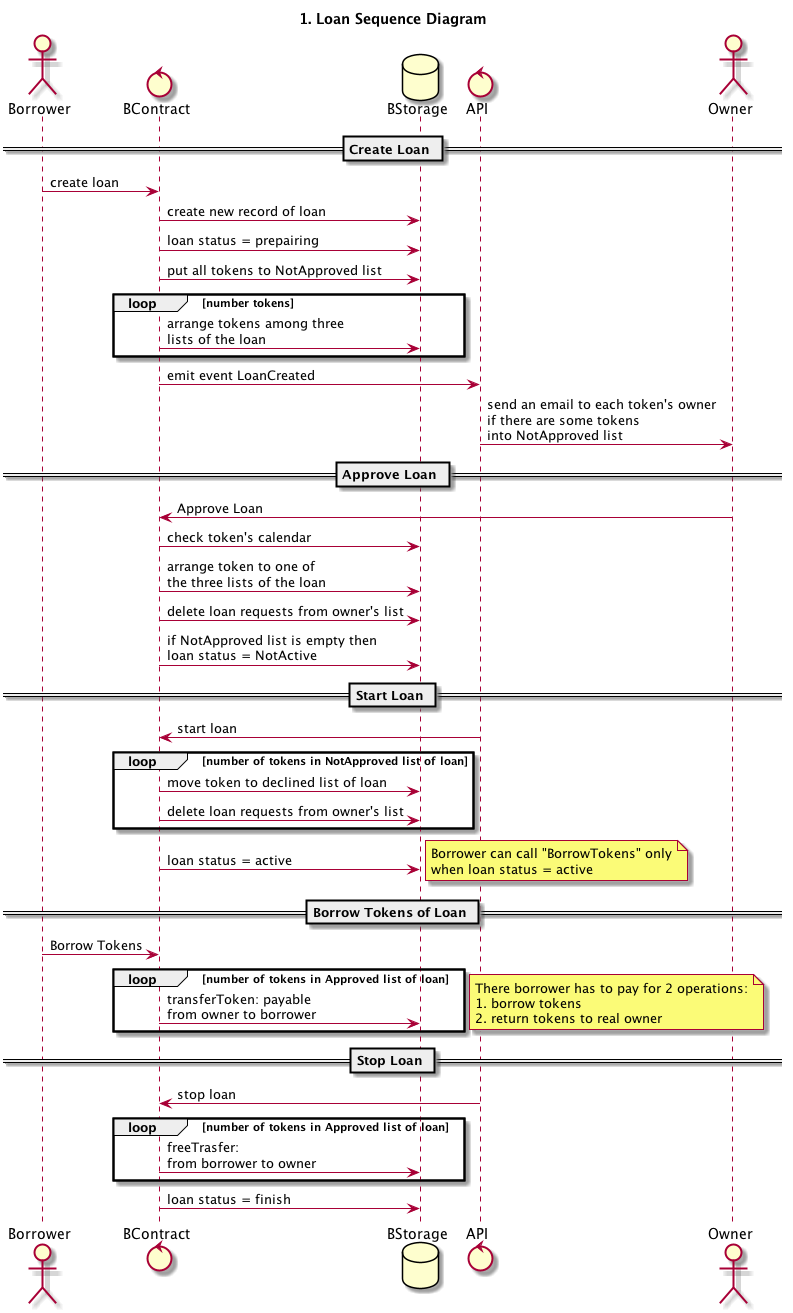
This is diagrams/out/1. Sequence - Loan Creation/1. Loan Sequence Diagram.png from snarkdotart/snarkcontract, a PlantUML export, as it was before one commit.
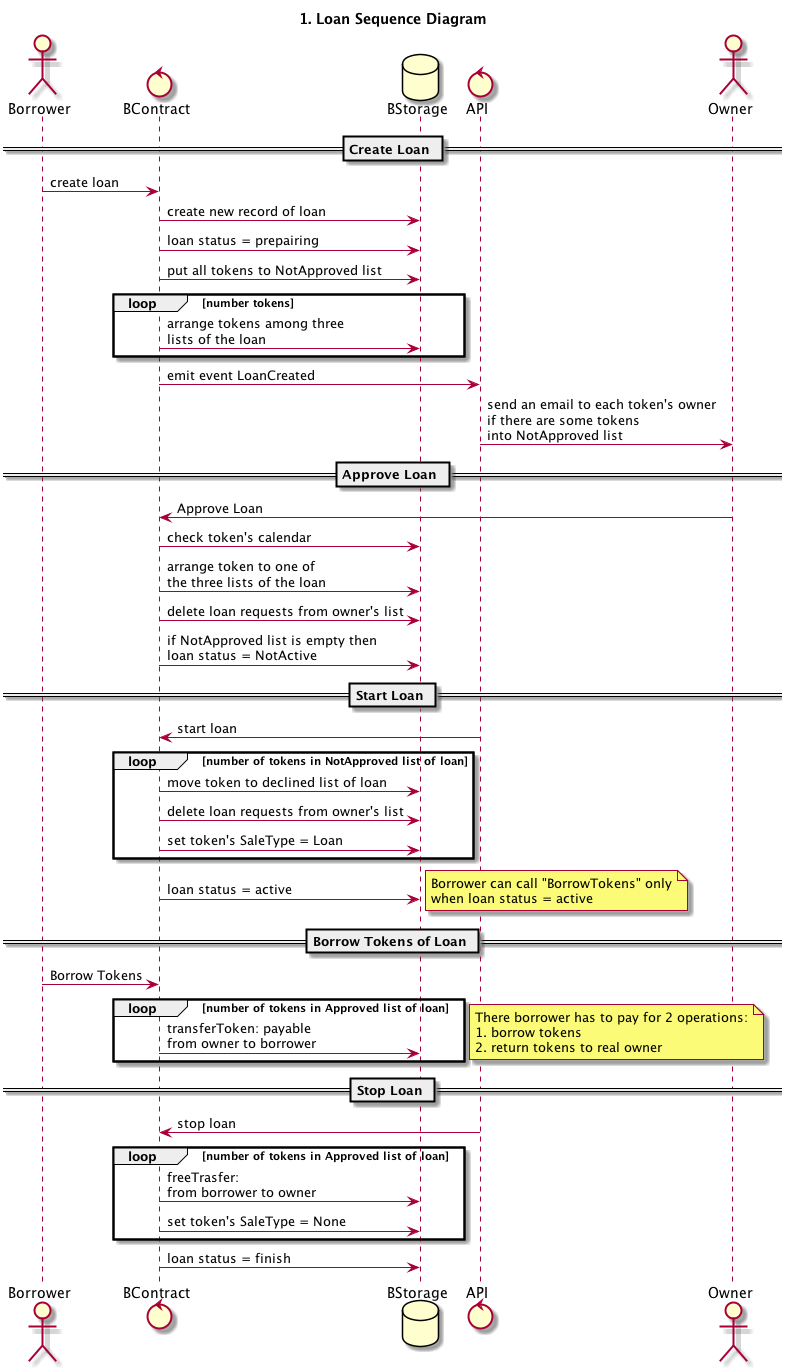
The same file after the commit.

Commit message:
Update UML diagrams

Change to the diagram source:
```diff
@@ -36,6 +36,7 @@
 loop number of tokens in NotApproved list of loan
   BContract -> BStorage: move token to declined list of loan
   BContract -> BStorage: delete loan requests from owner's list
+  BContract -> BStorage: set token's SaleType = Loan
 end
 BContract -> BStorage: loan status = active
 note right
@@ -61,6 +62,7 @@
 API -> BContract: stop loan
 loop number of tokens in Approved list of loan
   BContract -> BStorage: freeTrasfer: \nfrom borrower to owner
+  BContract -> BStorage: set token's SaleType = None
 end
 BContract -> BStorage: loan status = finish
 
```
